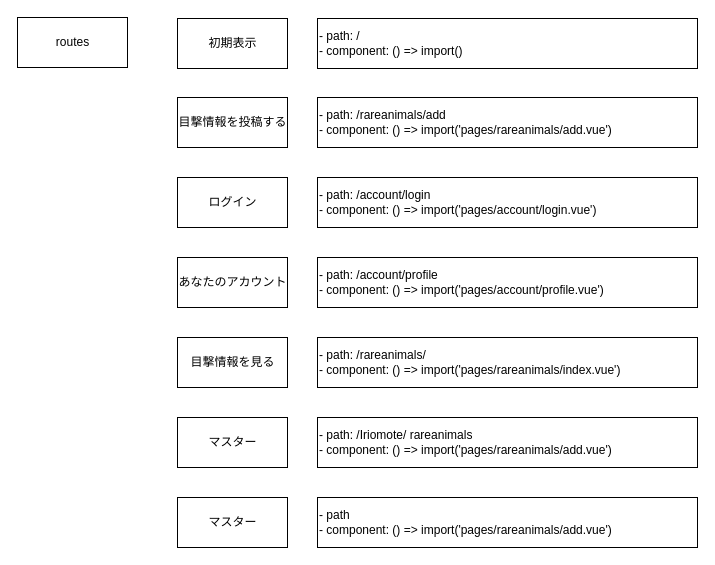
Above: page "ルーティング設計" (2 of 6) of Iriomote.drawio in kaoru387/draw.io (draw.io), before the change. Source tidied: cells renumbered, new cells numbered last; positions are measured from the earlier drawing's top-left corner, leaving out a move shared by most shapes. Both pictures are drawn from the tidied source at 100%, with x=0, y=0 at pixel (17, 17).
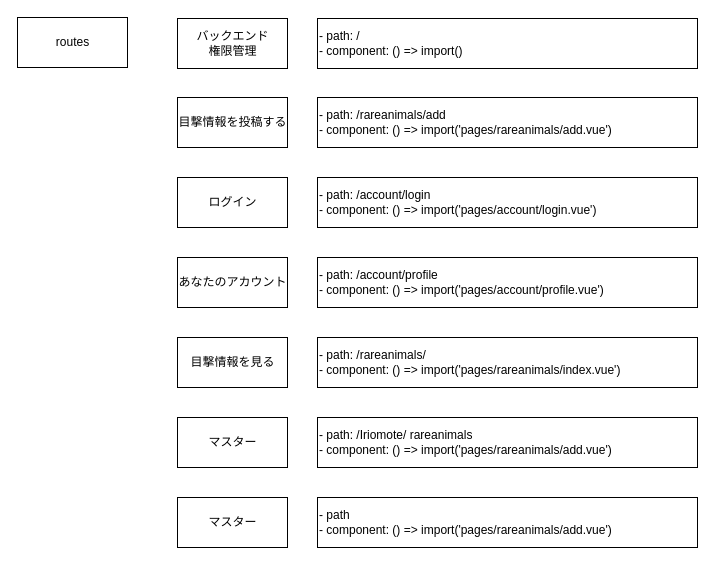
After the change.

Diff of the diagram source:
```diff
@@
 <mxGraphModel>
   <root>
     <mxCell id="0" />
     <mxCell id="1" parent="0" />
     <mxCell id="2" value="routes" style="html=1;" parent="1" vertex="1">
       <mxGeometry width="110" height="50" as="geometry" />
     </mxCell>
     <mxCell id="3" value="目撃情報を投稿する" style="html=1;" parent="1" vertex="1">
       <mxGeometry x="160" y="80" width="110" height="50" as="geometry" />
     </mxCell>
     <mxCell id="4" value="目撃情報を見る" style="html=1;" parent="1" vertex="1">
       <mxGeometry x="160" y="320" width="110" height="50" as="geometry" />
     </mxCell>
     <mxCell id="5" value="- path: /rareanimals/add&lt;br&gt;- component: () =&amp;gt; import('pages/rareanimals/add.vue')" style="rounded=0;whiteSpace=wrap;html=1;align=left;" parent="1" vertex="1">
       <mxGeometry x="300" y="80" width="380" height="50" as="geometry" />
     </mxCell>
     <mxCell id="6" value="- path: /rareanimals/&lt;br&gt;- component: () =&amp;gt; import('pages/rareanimals/index.vue')" style="rounded=0;whiteSpace=wrap;html=1;align=left;" parent="1" vertex="1">
       <mxGeometry x="300" y="320" width="380" height="50" as="geometry" />
     </mxCell>
     <mxCell id="7" value="マスター" style="html=1;" parent="1" vertex="1">
       <mxGeometry x="160" y="400" width="110" height="50" as="geometry" />
     </mxCell>
     <mxCell id="8" value="マスター" style="html=1;" parent="1" vertex="1">
       <mxGeometry x="160" y="480" width="110" height="50" as="geometry" />
     </mxCell>
     <mxCell id="9" value="- path: /Iriomote/ rareanimals&lt;br&gt;- component: () =&amp;gt; import('pages/rareanimals/add.vue')" style="rounded=0;whiteSpace=wrap;html=1;align=left;" parent="1" vertex="1">
       <mxGeometry x="300" y="400" width="380" height="50" as="geometry" />
     </mxCell>
     <mxCell id="10" value="- path&lt;br&gt;- component: () =&amp;gt; import('pages/rareanimals/add.vue')" style="rounded=0;whiteSpace=wrap;html=1;align=left;" parent="1" vertex="1">
       <mxGeometry x="300" y="480" width="380" height="50" as="geometry" />
     </mxCell>
-    <mxCell id="11" value="初期表示" style="html=1;" parent="1" vertex="1">
+    <mxCell id="11" value="バックエンド&lt;br&gt;権限管理" style="html=1;" parent="1" vertex="1">
       <mxGeometry x="160" y="1" width="110" height="50" as="geometry" />
     </mxCell>
     <mxCell id="12" value="- path: /&lt;br&gt;- component: () =&amp;gt; import()" style="rounded=0;whiteSpace=wrap;html=1;align=left;" parent="1" vertex="1">
       <mxGeometry x="300" y="1" width="380" height="50" as="geometry" />
     </mxCell>
     <mxCell id="13" value="ログイン" style="html=1;" parent="1" vertex="1">
       <mxGeometry x="160" y="160" width="110" height="50" as="geometry" />
     </mxCell>
     <mxCell id="14" value="- path: /account/login&lt;br&gt;- component: () =&amp;gt; import('pages/account/login.vue')" style="rounded=0;whiteSpace=wrap;html=1;align=left;" parent="1" vertex="1">
       <mxGeometry x="300" y="160" width="380" height="50" as="geometry" />
     </mxCell>
     <mxCell id="15" value="あなたのアカウント" style="html=1;" parent="1" vertex="1">
       <mxGeometry x="160" y="240" width="110" height="50" as="geometry" />
     </mxCell>
     <mxCell id="16" value="- path: /account/profile&lt;br&gt;- component: () =&amp;gt; import('pages/account/profile.vue')" style="rounded=0;whiteSpace=wrap;html=1;align=left;" parent="1" vertex="1">
       <mxGeometry x="300" y="240" width="380" height="50" as="geometry" />
     </mxCell>
   </root>
 </mxGraphModel>
```
